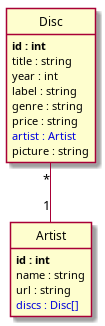
The PlantUML diagram symfony/puml/index.png in fcaumartin/DIW25053, before a commit. Its source is kept beside it as symfony/puml/index.puml.
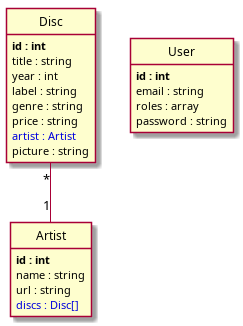
After the commit.

Change to the diagram source:
```diff
@@ -17,6 +17,13 @@
 	<color:#0000dd>discs : Disc[]</color>
 }
 
+class User {
+	**id : int**
+	email : string
+	roles : array
+	password : string
+}
+
 Disc "*"--"1" Artist
 
 
```
